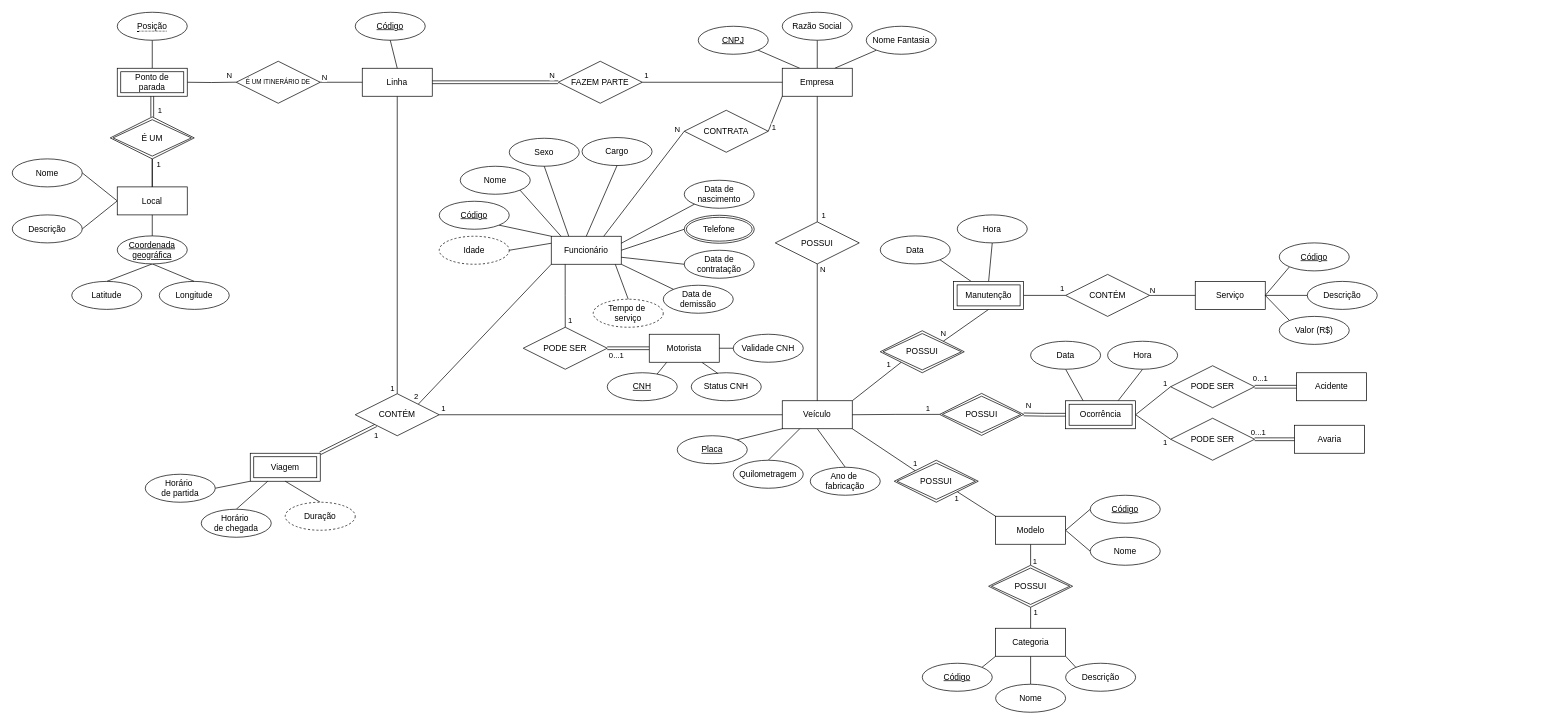
This is drawio/conceptual_model.drawio from gscolombo/Projeto---BD, a draw.io file, before an edit. Source tidied: cells renumbered, new cells numbered last; positions are measured from the earlier drawing's top-left corner, leaving out a move shared by most shapes. Both pictures are drawn from the tidied source at 70%, with x=0, y=0 at pixel (12, 12).
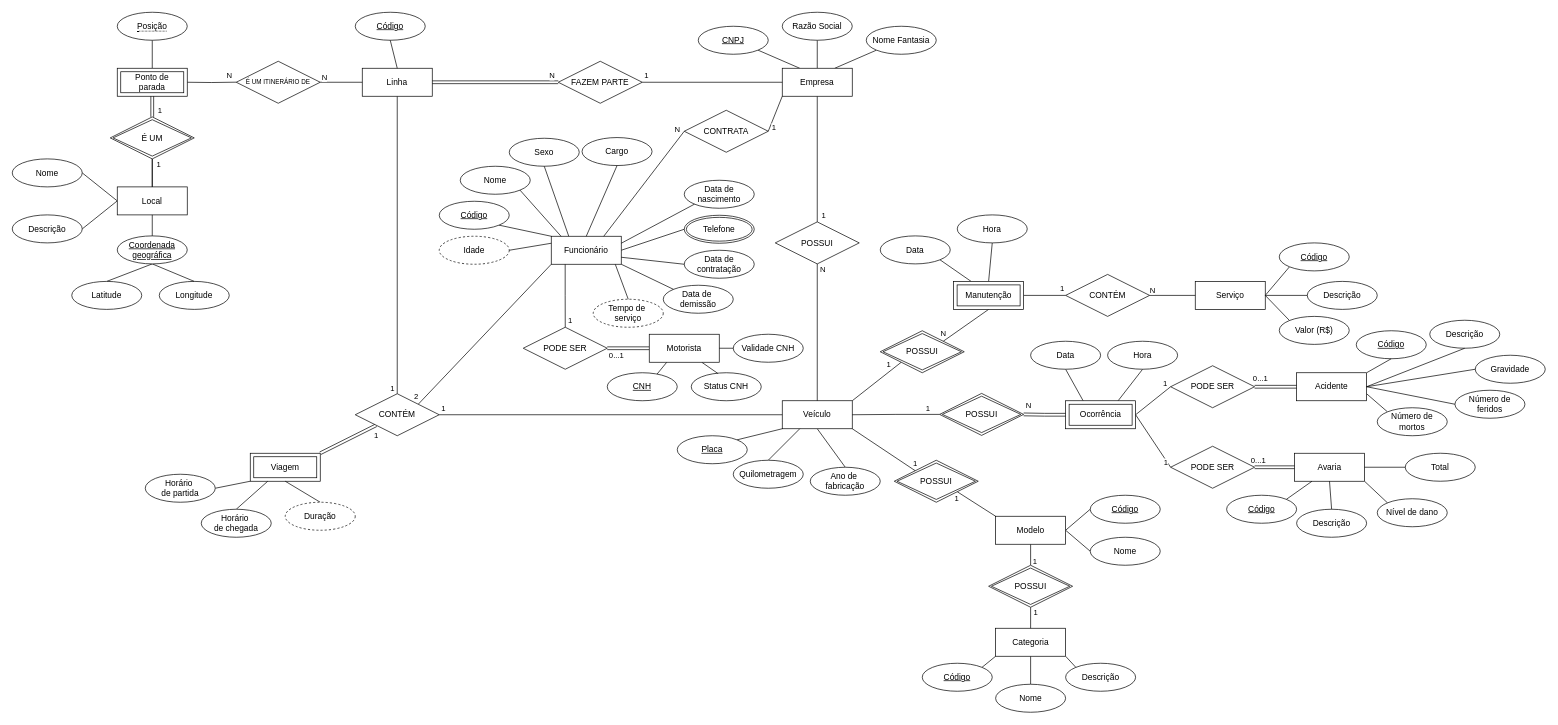
Above is the later version.

Commit message:
Inclusão de atributos de acidente e avaria

Unchanged cells that the change refers to:
```xml
<mxCell id="30" value="Acidente" style="whiteSpace=wrap;html=1;align=center;" parent="1" vertex="1">
  <mxGeometry x="1834.8" y="515" width="100" height="40" as="geometry" />
</mxCell>
```

The edit, as a diff of the source:
```diff
@@
     <mxCell id="17" value="Avaria" style="whiteSpace=wrap;html=1;align=center;" parent="1" vertex="1">
-      <mxGeometry x="1831.8" y="590" width="100" height="40" as="geometry" />
+      <mxGeometry x="1831.8" y="630" width="100" height="40" as="geometry" />
     </mxCell>
@@
+    <mxCell id="176" style="rounded=0;jettySize=auto;html=1;exitX=1;exitY=0.75;exitDx=0;exitDy=0;entryX=0;entryY=0;entryDx=0;entryDy=0;endArrow=none;endFill=0;" parent="1" edge="1" source="30" target="181">
+      <mxGeometry relative="1" as="geometry" />
+    </mxCell>
@@
     <mxCell id="78" value="PODE SER" style="shape=rhombus;perimeter=rhombusPerimeter;whiteSpace=wrap;html=1;align=center;" parent="1" vertex="1">
-      <mxGeometry x="1654.8" y="580" width="120" height="60" as="geometry" />
+      <mxGeometry x="1654.8" y="620" width="120" height="60" as="geometry" />
     </mxCell>
@@
+    <mxCell id="177" value="&lt;u&gt;Código&lt;/u&gt;" style="ellipse;whiteSpace=wrap;html=1;align=center;fontStyle=0;" parent="1" vertex="1">
+      <mxGeometry x="1920" y="455" width="100" height="40" as="geometry" />
+    </mxCell>
+    <mxCell id="178" value="Descrição" style="ellipse;whiteSpace=wrap;html=1;align=center;fontStyle=0;" parent="1" vertex="1">
+      <mxGeometry x="2025" y="440" width="100" height="40" as="geometry" />
+    </mxCell>
+    <mxCell id="179" value="Gravidade" style="ellipse;whiteSpace=wrap;html=1;align=center;fontStyle=0;" parent="1" vertex="1">
+      <mxGeometry x="2090" y="490" width="100" height="40" as="geometry" />
+    </mxCell>
+    <mxCell id="180" value="Número de feridos" style="ellipse;whiteSpace=wrap;html=1;align=center;fontStyle=0;" parent="1" vertex="1">
+      <mxGeometry x="2061" y="540" width="100" height="40" as="geometry" />
+    </mxCell>
+    <mxCell id="181" value="Número de mortos" style="ellipse;whiteSpace=wrap;html=1;align=center;fontStyle=0;" parent="1" vertex="1">
+      <mxGeometry x="1950" y="565" width="100" height="40" as="geometry" />
+    </mxCell>
+    <mxCell id="182" style="rounded=0;jettySize=auto;html=1;exitX=1;exitY=0.5;exitDx=0;exitDy=0;entryX=0;entryY=0.5;entryDx=0;entryDy=0;endArrow=none;endFill=0;" parent="1" edge="1" source="30" target="180">
+      <mxGeometry relative="1" as="geometry" />
+    </mxCell>
+    <mxCell id="183" style="rounded=0;jettySize=auto;html=1;exitX=1;exitY=0.5;exitDx=0;exitDy=0;entryX=0;entryY=0.5;entryDx=0;entryDy=0;endArrow=none;endFill=0;" parent="1" edge="1" source="30" target="179">
+      <mxGeometry relative="1" as="geometry" />
+    </mxCell>
+    <mxCell id="184" style="rounded=0;jettySize=auto;html=1;exitX=1;exitY=0.5;exitDx=0;exitDy=0;entryX=0.5;entryY=1;entryDx=0;entryDy=0;endArrow=none;endFill=0;" parent="1" edge="1" source="30" target="178">
+      <mxGeometry relative="1" as="geometry" />
+    </mxCell>
+    <mxCell id="185" style="rounded=0;jettySize=auto;html=1;exitX=1;exitY=0;exitDx=0;exitDy=0;entryX=0.5;entryY=1;entryDx=0;entryDy=0;endArrow=none;endFill=0;" parent="1" edge="1" source="30" target="177">
+      <mxGeometry relative="1" as="geometry" />
+    </mxCell>
+    <mxCell id="186" value="&lt;u&gt;Código&lt;/u&gt;" style="ellipse;whiteSpace=wrap;html=1;align=center;fontStyle=0;" parent="1" vertex="1">
+      <mxGeometry x="1734.8" y="690" width="100" height="40" as="geometry" />
+    </mxCell>
+    <mxCell id="187" value="Descrição" style="ellipse;whiteSpace=wrap;html=1;align=center;fontStyle=0;" parent="1" vertex="1">
+      <mxGeometry x="1834.8" y="710" width="100" height="40" as="geometry" />
+    </mxCell>
+    <mxCell id="188" value="Total" style="ellipse;whiteSpace=wrap;html=1;align=center;fontStyle=0;" parent="1" vertex="1">
+      <mxGeometry x="1990" y="630" width="100" height="40" as="geometry" />
+    </mxCell>
+    <mxCell id="189" value="Nível de dano" style="ellipse;whiteSpace=wrap;html=1;align=center;fontStyle=0;" parent="1" vertex="1">
+      <mxGeometry x="1950" y="695" width="100" height="40" as="geometry" />
+    </mxCell>
+    <mxCell id="190" style="rounded=0;jettySize=auto;html=1;exitX=1;exitY=1;exitDx=0;exitDy=0;entryX=0;entryY=0;entryDx=0;entryDy=0;endArrow=none;endFill=0;" parent="1" edge="1" source="17" target="189">
+      <mxGeometry relative="1" as="geometry" />
+    </mxCell>
+    <mxCell id="191" style="rounded=0;jettySize=auto;html=1;exitX=1;exitY=0.5;exitDx=0;exitDy=0;entryX=0;entryY=0.5;entryDx=0;entryDy=0;endArrow=none;endFill=0;" parent="1" edge="1" source="17" target="188">
+      <mxGeometry relative="1" as="geometry" />
+    </mxCell>
+    <mxCell id="192" style="rounded=0;jettySize=auto;html=1;exitX=0.5;exitY=1;exitDx=0;exitDy=0;entryX=0.5;entryY=0;entryDx=0;entryDy=0;endArrow=none;endFill=0;" parent="1" edge="1" source="17" target="187">
+      <mxGeometry relative="1" as="geometry" />
+    </mxCell>
+    <mxCell id="193" style="rounded=0;jettySize=auto;html=1;exitX=0.25;exitY=1;exitDx=0;exitDy=0;entryX=1;entryY=0;entryDx=0;entryDy=0;endArrow=none;endFill=0;" parent="1" edge="1" source="17" target="186">
+      <mxGeometry relative="1" as="geometry" />
+    </mxCell>
```
